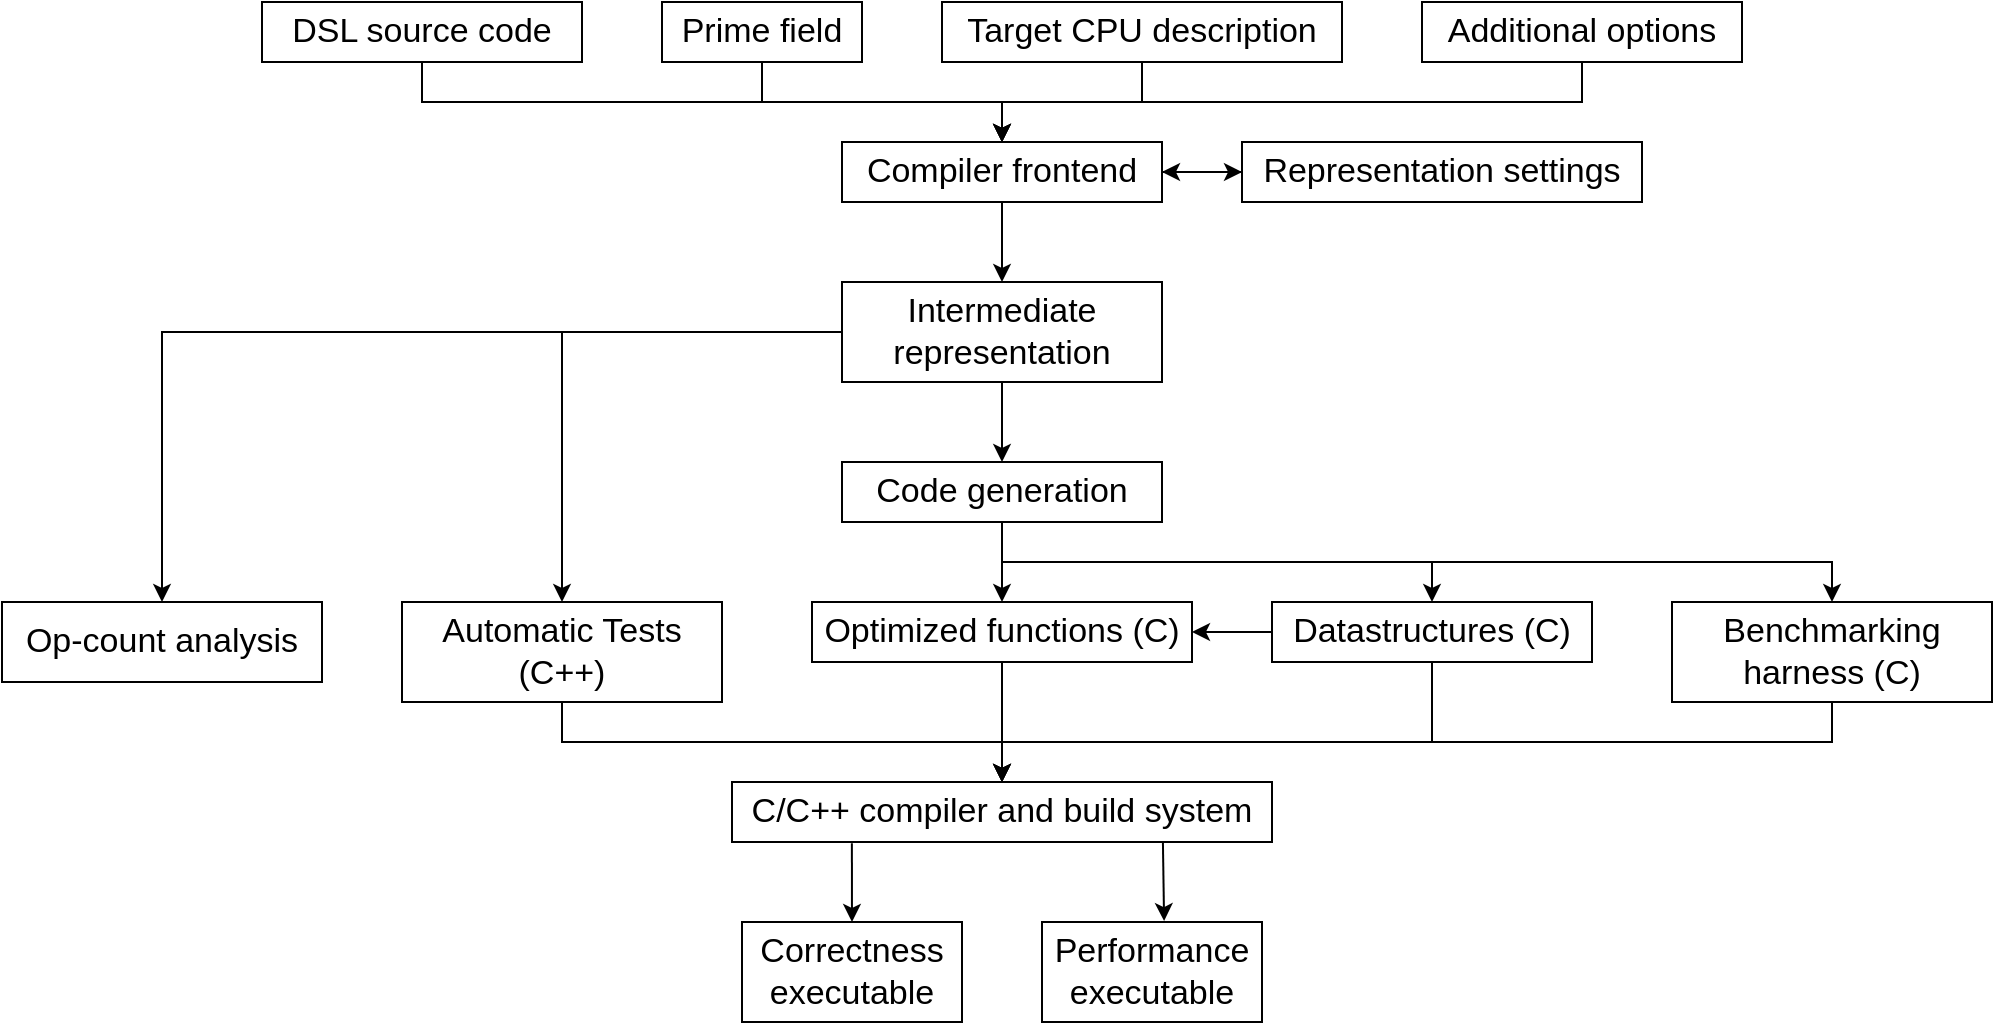
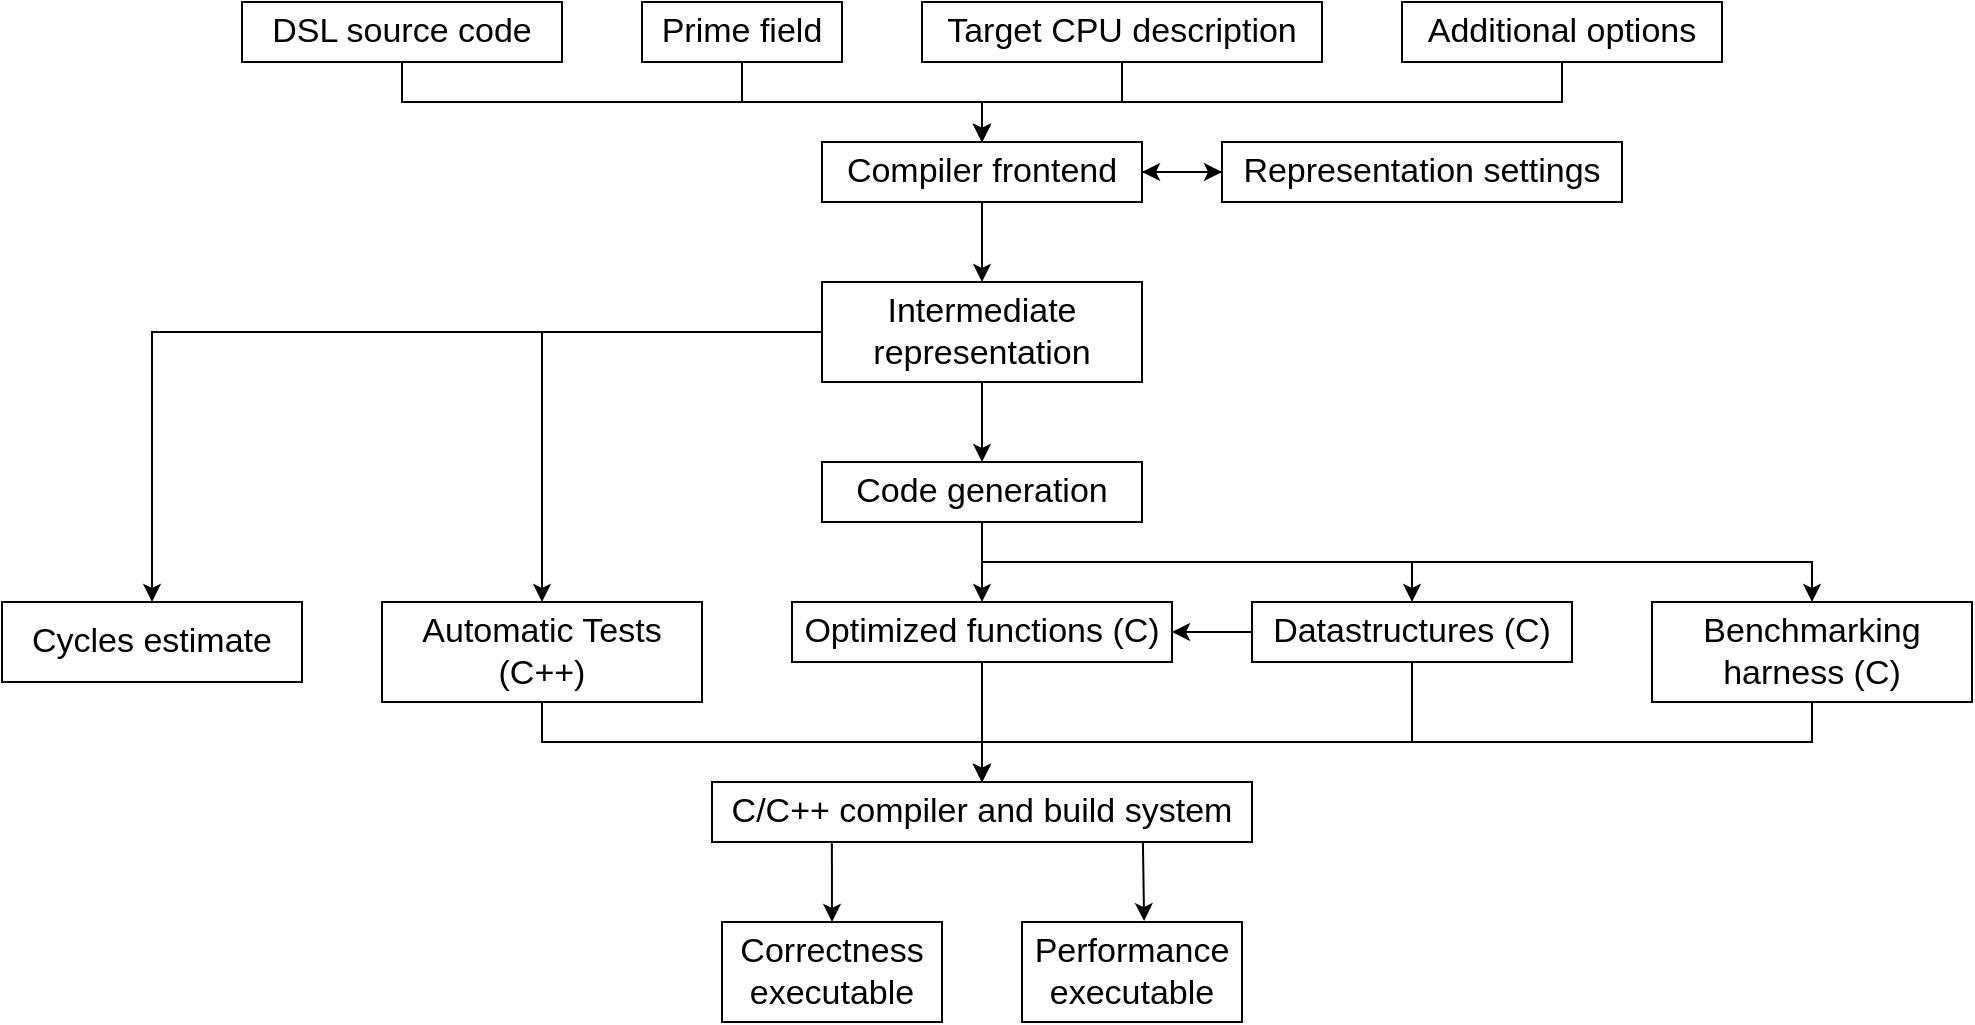
<mxfile host="Electron">
  <diagram name="Seite-1" id="wPHEx5Kxw4LulSG3Fj3D">
    <mxGraphModel dx="1724" dy="834" grid="1" gridSize="10" guides="1" tooltips="1" connect="1" arrows="1" fold="1" page="0" pageScale="1" pageWidth="827" pageHeight="1169" math="0" shadow="0">
      <root>
        <mxCell id="0" />
        <mxCell id="1" parent="0" />
        <mxCell id="RNrYUZKVM7orRaqIFUZb-21" edge="1" parent="1" source="RNrYUZKVM7orRaqIFUZb-1" style="edgeStyle=orthogonalEdgeStyle;rounded=0;orthogonalLoop=1;jettySize=auto;html=1;exitX=0.5;exitY=1;exitDx=0;exitDy=0;entryX=0.5;entryY=0;entryDx=0;entryDy=0;" target="RNrYUZKVM7orRaqIFUZb-5">
          <mxGeometry relative="1" as="geometry">
            <mxPoint x="400" y="280" as="targetPoint" />
          </mxGeometry>
        </mxCell>
        <mxCell id="RNrYUZKVM7orRaqIFUZb-1" parent="1" style="text;html=1;whiteSpace=wrap;strokeColor=default;fillColor=none;align=center;verticalAlign=middle;rounded=0;fontFamily=Helvetica;fontSize=17;" value="DSL source code" vertex="1">
          <mxGeometry height="30" width="160" x="30" y="200" as="geometry" />
        </mxCell>
        <mxCell id="RNrYUZKVM7orRaqIFUZb-17" edge="1" parent="1" source="RNrYUZKVM7orRaqIFUZb-2" style="edgeStyle=orthogonalEdgeStyle;rounded=0;orthogonalLoop=1;jettySize=auto;html=1;exitX=0;exitY=0.5;exitDx=0;exitDy=0;entryX=1;entryY=0.5;entryDx=0;entryDy=0;" target="RNrYUZKVM7orRaqIFUZb-5">
          <mxGeometry relative="1" as="geometry" />
        </mxCell>
        <mxCell id="RNrYUZKVM7orRaqIFUZb-2" parent="1" style="text;html=1;whiteSpace=wrap;strokeColor=default;fillColor=none;align=center;verticalAlign=middle;rounded=0;fontFamily=Helvetica;fontSize=17;" value="Representation s&lt;span style=&quot;background-color: transparent; color: light-dark(rgb(0, 0, 0), rgb(255, 255, 255));&quot;&gt;ettings&lt;/span&gt;" vertex="1">
          <mxGeometry height="30" width="200" x="520" y="270" as="geometry" />
        </mxCell>
        <mxCell id="RNrYUZKVM7orRaqIFUZb-18" edge="1" parent="1" source="RNrYUZKVM7orRaqIFUZb-3" style="edgeStyle=orthogonalEdgeStyle;rounded=0;orthogonalLoop=1;jettySize=auto;html=1;exitX=0.5;exitY=1;exitDx=0;exitDy=0;" target="RNrYUZKVM7orRaqIFUZb-5">
          <mxGeometry relative="1" as="geometry" />
        </mxCell>
        <mxCell id="RNrYUZKVM7orRaqIFUZb-3" parent="1" style="text;html=1;whiteSpace=wrap;strokeColor=default;fillColor=none;align=center;verticalAlign=middle;rounded=0;fontFamily=Helvetica;fontSize=17;" value="Additional options" vertex="1">
          <mxGeometry height="30" width="160" x="610" y="200" as="geometry" />
        </mxCell>
        <mxCell id="RNrYUZKVM7orRaqIFUZb-19" edge="1" parent="1" source="RNrYUZKVM7orRaqIFUZb-4" style="edgeStyle=orthogonalEdgeStyle;rounded=0;orthogonalLoop=1;jettySize=auto;html=1;exitX=0.5;exitY=1;exitDx=0;exitDy=0;entryX=0.5;entryY=0;entryDx=0;entryDy=0;" target="RNrYUZKVM7orRaqIFUZb-5">
          <mxGeometry relative="1" as="geometry" />
        </mxCell>
        <mxCell id="RNrYUZKVM7orRaqIFUZb-4" parent="1" style="text;html=1;whiteSpace=wrap;strokeColor=default;fillColor=none;align=center;verticalAlign=middle;rounded=0;fontFamily=Helvetica;fontSize=17;" value="Target CPU description" vertex="1">
          <mxGeometry height="30" width="200" x="370" y="200" as="geometry" />
        </mxCell>
        <mxCell id="RNrYUZKVM7orRaqIFUZb-15" edge="1" parent="1" source="RNrYUZKVM7orRaqIFUZb-5" style="edgeStyle=orthogonalEdgeStyle;rounded=0;orthogonalLoop=1;jettySize=auto;html=1;" target="RNrYUZKVM7orRaqIFUZb-2" value="">
          <mxGeometry relative="1" as="geometry" />
        </mxCell>
        <mxCell id="RNrYUZKVM7orRaqIFUZb-22" edge="1" parent="1" source="RNrYUZKVM7orRaqIFUZb-5" style="edgeStyle=orthogonalEdgeStyle;rounded=0;orthogonalLoop=1;jettySize=auto;html=1;exitX=0.5;exitY=1;exitDx=0;exitDy=0;entryX=0.5;entryY=0;entryDx=0;entryDy=0;" target="RNrYUZKVM7orRaqIFUZb-6">
          <mxGeometry relative="1" as="geometry" />
        </mxCell>
        <mxCell id="RNrYUZKVM7orRaqIFUZb-5" parent="1" style="text;html=1;whiteSpace=wrap;strokeColor=default;fillColor=none;align=center;verticalAlign=middle;rounded=0;fontFamily=Helvetica;fontSize=17;" value="Compiler frontend" vertex="1">
          <mxGeometry height="30" width="160" x="320" y="270" as="geometry" />
        </mxCell>
        <mxCell id="RNrYUZKVM7orRaqIFUZb-23" edge="1" parent="1" source="RNrYUZKVM7orRaqIFUZb-6" style="edgeStyle=orthogonalEdgeStyle;rounded=0;orthogonalLoop=1;jettySize=auto;html=1;" target="RNrYUZKVM7orRaqIFUZb-12" value="">
          <mxGeometry relative="1" as="geometry" />
        </mxCell>
        <mxCell id="RNrYUZKVM7orRaqIFUZb-36" edge="1" parent="1" source="RNrYUZKVM7orRaqIFUZb-6" style="edgeStyle=orthogonalEdgeStyle;rounded=0;orthogonalLoop=1;jettySize=auto;html=1;exitX=0;exitY=0.5;exitDx=0;exitDy=0;entryX=0.5;entryY=0;entryDx=0;entryDy=0;" target="RNrYUZKVM7orRaqIFUZb-26">
          <mxGeometry relative="1" as="geometry" />
        </mxCell>
        <mxCell id="RNrYUZKVM7orRaqIFUZb-37" edge="1" parent="1" source="RNrYUZKVM7orRaqIFUZb-6" style="edgeStyle=orthogonalEdgeStyle;rounded=0;orthogonalLoop=1;jettySize=auto;html=1;exitX=0;exitY=0.5;exitDx=0;exitDy=0;entryX=0.5;entryY=0;entryDx=0;entryDy=0;" target="RNrYUZKVM7orRaqIFUZb-28">
          <mxGeometry relative="1" as="geometry" />
        </mxCell>
        <mxCell id="RNrYUZKVM7orRaqIFUZb-6" parent="1" style="text;html=1;whiteSpace=wrap;strokeColor=default;fillColor=none;align=center;verticalAlign=middle;rounded=0;fontFamily=Helvetica;fontSize=17;" value="Intermediate&lt;div&gt;representation&lt;/div&gt;" vertex="1">
          <mxGeometry height="50" width="160" x="320" y="340" as="geometry" />
        </mxCell>
        <mxCell id="RNrYUZKVM7orRaqIFUZb-29" edge="1" parent="1" source="RNrYUZKVM7orRaqIFUZb-12" style="edgeStyle=orthogonalEdgeStyle;rounded=0;orthogonalLoop=1;jettySize=auto;html=1;" target="RNrYUZKVM7orRaqIFUZb-25" value="">
          <mxGeometry relative="1" as="geometry" />
        </mxCell>
        <mxCell id="RNrYUZKVM7orRaqIFUZb-32" edge="1" parent="1" source="RNrYUZKVM7orRaqIFUZb-12" style="edgeStyle=orthogonalEdgeStyle;rounded=0;orthogonalLoop=1;jettySize=auto;html=1;exitX=0.5;exitY=1;exitDx=0;exitDy=0;entryX=0.5;entryY=0;entryDx=0;entryDy=0;" target="RNrYUZKVM7orRaqIFUZb-24">
          <mxGeometry relative="1" as="geometry" />
        </mxCell>
        <mxCell id="RNrYUZKVM7orRaqIFUZb-33" edge="1" parent="1" source="RNrYUZKVM7orRaqIFUZb-12" style="edgeStyle=orthogonalEdgeStyle;rounded=0;orthogonalLoop=1;jettySize=auto;html=1;exitX=0.5;exitY=1;exitDx=0;exitDy=0;entryX=0.5;entryY=0;entryDx=0;entryDy=0;" target="RNrYUZKVM7orRaqIFUZb-27">
          <mxGeometry relative="1" as="geometry" />
        </mxCell>
        <mxCell id="RNrYUZKVM7orRaqIFUZb-12" parent="1" style="text;html=1;whiteSpace=wrap;strokeColor=default;fillColor=none;align=center;verticalAlign=middle;rounded=0;fontFamily=Helvetica;fontSize=17;" value="Code generation" vertex="1">
          <mxGeometry height="30" width="160" x="320" y="430" as="geometry" />
        </mxCell>
        <mxCell id="RNrYUZKVM7orRaqIFUZb-44" edge="1" parent="1" source="RNrYUZKVM7orRaqIFUZb-24" style="edgeStyle=orthogonalEdgeStyle;rounded=0;orthogonalLoop=1;jettySize=auto;html=1;exitX=0;exitY=0.5;exitDx=0;exitDy=0;entryX=1;entryY=0.5;entryDx=0;entryDy=0;" target="RNrYUZKVM7orRaqIFUZb-25">
          <mxGeometry relative="1" as="geometry" />
        </mxCell>
        <mxCell id="RNrYUZKVM7orRaqIFUZb-49" edge="1" parent="1" source="RNrYUZKVM7orRaqIFUZb-24" style="edgeStyle=orthogonalEdgeStyle;rounded=0;orthogonalLoop=1;jettySize=auto;html=1;exitX=0.5;exitY=1;exitDx=0;exitDy=0;entryX=0.5;entryY=0;entryDx=0;entryDy=0;" target="RNrYUZKVM7orRaqIFUZb-45">
          <mxGeometry relative="1" as="geometry">
            <Array as="points">
              <mxPoint x="615" y="570" />
              <mxPoint x="400" y="570" />
            </Array>
          </mxGeometry>
        </mxCell>
        <mxCell id="RNrYUZKVM7orRaqIFUZb-24" parent="1" style="text;html=1;whiteSpace=wrap;strokeColor=default;fillColor=none;align=center;verticalAlign=middle;rounded=0;fontFamily=Helvetica;fontSize=17;" value="Datastructures (C)" vertex="1">
          <mxGeometry height="30" width="160" x="535" y="500" as="geometry" />
        </mxCell>
        <mxCell id="RNrYUZKVM7orRaqIFUZb-46" edge="1" parent="1" source="RNrYUZKVM7orRaqIFUZb-25" style="edgeStyle=orthogonalEdgeStyle;rounded=0;orthogonalLoop=1;jettySize=auto;html=1;" target="RNrYUZKVM7orRaqIFUZb-45" value="">
          <mxGeometry relative="1" as="geometry" />
        </mxCell>
        <mxCell id="RNrYUZKVM7orRaqIFUZb-25" parent="1" style="text;html=1;whiteSpace=wrap;strokeColor=default;fillColor=none;align=center;verticalAlign=middle;rounded=0;fontFamily=Helvetica;fontSize=17;" value="Optimized functions (C)" vertex="1">
          <mxGeometry height="30" width="190" x="305" y="500" as="geometry" />
        </mxCell>
        <mxCell id="RNrYUZKVM7orRaqIFUZb-48" edge="1" parent="1" source="RNrYUZKVM7orRaqIFUZb-26" style="edgeStyle=orthogonalEdgeStyle;rounded=0;orthogonalLoop=1;jettySize=auto;html=1;exitX=0.5;exitY=1;exitDx=0;exitDy=0;entryX=0.5;entryY=0;entryDx=0;entryDy=0;" target="RNrYUZKVM7orRaqIFUZb-45">
          <mxGeometry relative="1" as="geometry" />
        </mxCell>
        <mxCell id="RNrYUZKVM7orRaqIFUZb-26" parent="1" style="text;html=1;whiteSpace=wrap;strokeColor=default;fillColor=none;align=center;verticalAlign=middle;rounded=0;fontFamily=Helvetica;fontSize=17;" value="Automatic Tests (C++)" vertex="1">
          <mxGeometry height="50" width="160" x="100" y="500" as="geometry" />
        </mxCell>
        <mxCell id="RNrYUZKVM7orRaqIFUZb-47" edge="1" parent="1" source="RNrYUZKVM7orRaqIFUZb-27" style="edgeStyle=orthogonalEdgeStyle;rounded=0;orthogonalLoop=1;jettySize=auto;html=1;exitX=0.5;exitY=1;exitDx=0;exitDy=0;entryX=0.5;entryY=0;entryDx=0;entryDy=0;" target="RNrYUZKVM7orRaqIFUZb-45">
          <mxGeometry relative="1" as="geometry" />
        </mxCell>
        <mxCell id="RNrYUZKVM7orRaqIFUZb-27" parent="1" style="text;html=1;whiteSpace=wrap;strokeColor=default;fillColor=none;align=center;verticalAlign=middle;rounded=0;fontFamily=Helvetica;fontSize=17;" value="Benchmarking harness (C)" vertex="1">
          <mxGeometry height="50" width="160" x="735" y="500" as="geometry" />
        </mxCell>
-         <mxCell id="RNrYUZKVM7orRaqIFUZb-28" parent="1" style="text;html=1;whiteSpace=wrap;strokeColor=default;fillColor=none;align=center;verticalAlign=middle;rounded=0;fontFamily=Helvetica;fontSize=17;" value="Op-count analysis" vertex="1">
-           <mxGeometry height="40" width="160" x="-100" y="500" as="geometry" />
+         <mxCell id="RNrYUZKVM7orRaqIFUZb-28" parent="1" style="text;html=1;whiteSpace=wrap;strokeColor=default;fillColor=none;align=center;verticalAlign=middle;rounded=0;fontFamily=Helvetica;fontSize=17;" value="Cycles estimate" vertex="1">
+           <mxGeometry height="40" width="150" x="-90" y="500" as="geometry" />
        </mxCell>
        <mxCell id="RNrYUZKVM7orRaqIFUZb-34" parent="1" style="text;html=1;whiteSpace=wrap;strokeColor=default;fillColor=none;align=center;verticalAlign=middle;rounded=0;fontFamily=Helvetica;fontSize=17;" value="Performance executable" vertex="1">
          <mxGeometry height="50" width="110" x="420" y="660" as="geometry" />
        </mxCell>
        <mxCell id="RNrYUZKVM7orRaqIFUZb-35" parent="1" style="text;html=1;whiteSpace=wrap;strokeColor=default;fillColor=none;align=center;verticalAlign=middle;rounded=0;fontFamily=Helvetica;fontSize=17;" value="Correctness executable" vertex="1">
          <mxGeometry height="50" width="110" x="270" y="660" as="geometry" />
        </mxCell>
        <mxCell id="RNrYUZKVM7orRaqIFUZb-50" edge="1" parent="1" source="RNrYUZKVM7orRaqIFUZb-45" style="edgeStyle=orthogonalEdgeStyle;rounded=0;orthogonalLoop=1;jettySize=auto;html=1;exitX=0.222;exitY=1.021;exitDx=0;exitDy=0;entryX=0.5;entryY=0;entryDx=0;entryDy=0;exitPerimeter=0;" target="RNrYUZKVM7orRaqIFUZb-35">
          <mxGeometry relative="1" as="geometry" />
        </mxCell>
        <mxCell id="RNrYUZKVM7orRaqIFUZb-45" parent="1" style="text;html=1;whiteSpace=wrap;strokeColor=default;fillColor=none;align=center;verticalAlign=middle;rounded=0;fontFamily=Helvetica;fontSize=17;" value="C/C++ compiler and build system" vertex="1">
          <mxGeometry height="30" width="270" x="265" y="590" as="geometry" />
        </mxCell>
        <mxCell id="RNrYUZKVM7orRaqIFUZb-51" edge="1" parent="1" source="RNrYUZKVM7orRaqIFUZb-45" style="edgeStyle=orthogonalEdgeStyle;rounded=0;orthogonalLoop=1;jettySize=auto;html=1;exitX=0.798;exitY=1.003;exitDx=0;exitDy=0;entryX=0.555;entryY=-0.009;entryDx=0;entryDy=0;entryPerimeter=0;exitPerimeter=0;" target="RNrYUZKVM7orRaqIFUZb-34">
          <mxGeometry relative="1" as="geometry" />
        </mxCell>
        <mxCell id="NpAiXPpeXHproAsi3TWo-2" edge="1" parent="1" source="NpAiXPpeXHproAsi3TWo-1" style="edgeStyle=orthogonalEdgeStyle;rounded=0;orthogonalLoop=1;jettySize=auto;html=1;exitX=0.5;exitY=1;exitDx=0;exitDy=0;entryX=0.5;entryY=0;entryDx=0;entryDy=0;" target="RNrYUZKVM7orRaqIFUZb-5">
          <mxGeometry relative="1" as="geometry" />
        </mxCell>
        <mxCell id="NpAiXPpeXHproAsi3TWo-1" parent="1" style="text;html=1;whiteSpace=wrap;strokeColor=default;fillColor=none;align=center;verticalAlign=middle;rounded=0;fontFamily=Helvetica;fontSize=17;" value="Prime field" vertex="1">
          <mxGeometry height="30" width="100" x="230" y="200" as="geometry" />
        </mxCell>
      </root>
    </mxGraphModel>
  </diagram>
</mxfile>
